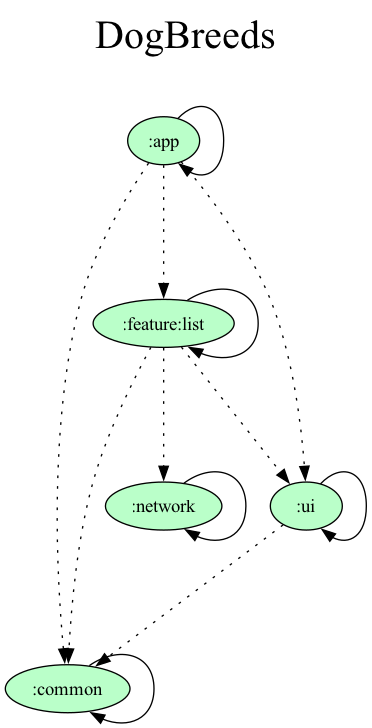
Earlier version of the Graphviz export gradle/dependency-graph/project.dot.png (LorenzoNiero/DogBreedsApp). Its source is kept beside it as gradle/dependency-graph/project.dot. Source of this version:
```dot
digraph {
  graph [label="DogBreeds\n ",labelloc=t,fontsize=30,ranksep=1.4];
  node [style=filled, fillcolor="#bbbbbb"];
  rankdir=TB;

  # Projects

  ":app" [fillcolor="#baffc9"];
  ":common" [fillcolor="#baffc9"];
  ":feature:list" [fillcolor="#baffc9"];
  ":network" [fillcolor="#baffc9"];
  ":ui" [fillcolor="#baffc9"];

  {rank = same;}

  # Dependencies

  ":app" -> ":app"
  ":app" -> ":common" [style=dotted]
  ":app" -> ":feature:list" [style=dotted]
  ":app" -> ":ui" [style=dotted]
  ":common" -> ":common"
  ":ui" -> ":ui"
  ":ui" -> ":common" [style=dotted]
  ":network" -> ":network"
  ":feature:list" -> ":feature:list"
  ":feature:list" -> ":common" [style=dotted]
  ":feature:list" -> ":ui" [style=dotted]
  ":feature:list" -> ":network" [style=dotted]
}
```
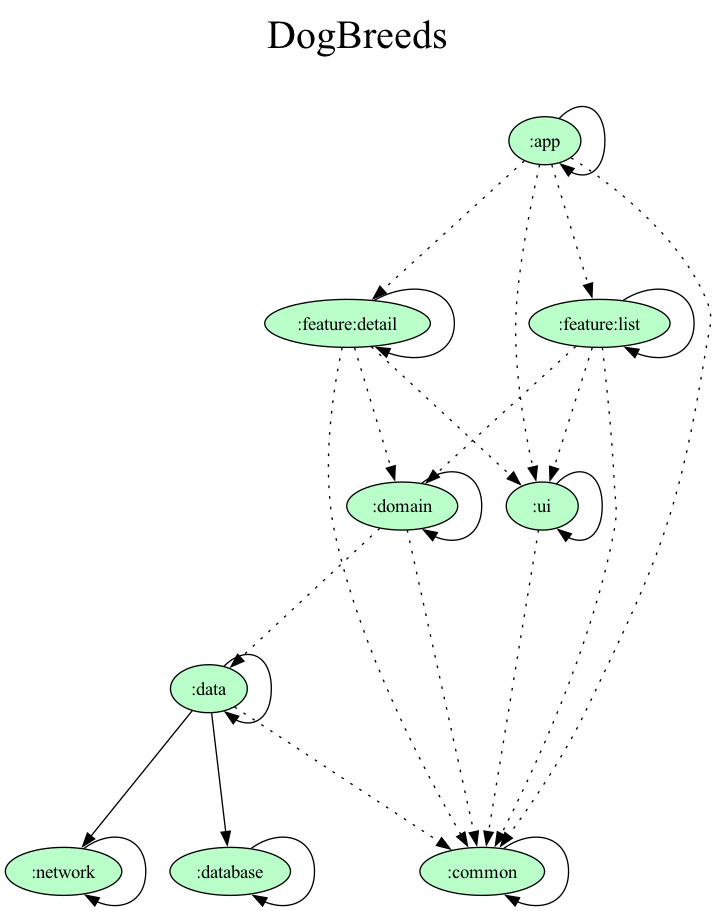
Above is the later version.

Commit message:
update dependency graph

What changed in the source:
```diff
@@ -7,6 +7,10 @@
 
   ":app" [fillcolor="#baffc9"];
   ":common" [fillcolor="#baffc9"];
+  ":data" [fillcolor="#baffc9"];
+  ":database" [fillcolor="#baffc9"];
+  ":domain" [fillcolor="#baffc9"];
+  ":feature:detail" [fillcolor="#baffc9"];
   ":feature:list" [fillcolor="#baffc9"];
   ":network" [fillcolor="#baffc9"];
   ":ui" [fillcolor="#baffc9"];
@@ -18,13 +22,26 @@
   ":app" -> ":app"
   ":app" -> ":common" [style=dotted]
   ":app" -> ":feature:list" [style=dotted]
+  ":app" -> ":feature:detail" [style=dotted]
   ":app" -> ":ui" [style=dotted]
+  ":database" -> ":database"
   ":common" -> ":common"
+  ":data" -> ":network"
+  ":data" -> ":database"
+  ":data" -> ":data"
+  ":data" -> ":common" [style=dotted]
   ":ui" -> ":ui"
   ":ui" -> ":common" [style=dotted]
+  ":domain" -> ":domain"
+  ":domain" -> ":common" [style=dotted]
+  ":domain" -> ":data" [style=dotted]
   ":network" -> ":network"
+  ":feature:detail" -> ":feature:detail"
+  ":feature:detail" -> ":common" [style=dotted]
+  ":feature:detail" -> ":ui" [style=dotted]
+  ":feature:detail" -> ":domain" [style=dotted]
   ":feature:list" -> ":feature:list"
   ":feature:list" -> ":common" [style=dotted]
   ":feature:list" -> ":ui" [style=dotted]
-  ":feature:list" -> ":network" [style=dotted]
+  ":feature:list" -> ":domain" [style=dotted]
 }
```
